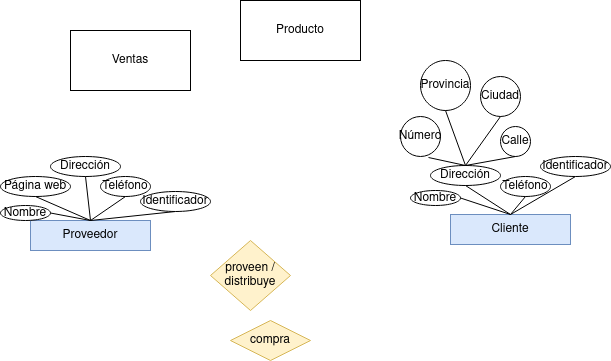
Earlier version of the draw.io export Unidad-1/Tareas/Tarea-1/Diagrama Tarea 2.drawio.png (RafaelMayor/base-datos). Source tidied: cells renumbered, new cells last; positions are measured from the earlier drawing's top-left corner, leaving out a move shared by most shapes. Source of this version:
```xml
<mxGraphModel>
  <root>
    <mxCell id="0" />
    <mxCell id="1" parent="0" />
    <mxCell id="2" value="Proveedor" style="rounded=0;whiteSpace=wrap;html=1;fillColor=#dae8fc;strokeColor=#6c8ebf;" parent="1" vertex="1">
      <mxGeometry x="30" y="220" width="120" height="30" as="geometry" />
    </mxCell>
    <mxCell id="3" style="endArrow=none;html=1;rounded=0;exitX=0.5;exitY=1;exitDx=0;exitDy=0;entryX=0.5;entryY=0;entryDx=0;entryDy=0;" parent="1" edge="1" source="6" target="2">
      <mxGeometry relative="1" as="geometry" />
    </mxCell>
    <mxCell id="4" value="Producto" style="rounded=0;whiteSpace=wrap;html=1;" parent="1" vertex="1">
      <mxGeometry x="240" width="120" height="60" as="geometry" />
    </mxCell>
    <mxCell id="5" value="Ventas" style="rounded=0;whiteSpace=wrap;html=1;" parent="1" vertex="1">
      <mxGeometry x="70" y="30" width="120" height="60" as="geometry" />
    </mxCell>
    <mxCell id="6" value="Identificador" style="ellipse;whiteSpace=wrap;html=1;" parent="1" vertex="1">
      <mxGeometry x="140" y="191" width="70" height="20" as="geometry" />
    </mxCell>
    <mxCell id="7" value="Nombre" style="ellipse;whiteSpace=wrap;html=1;" parent="1" vertex="1">
      <mxGeometry y="205" width="50" height="15" as="geometry" />
    </mxCell>
    <mxCell id="8" value="Dirección" style="ellipse;whiteSpace=wrap;html=1;" parent="1" vertex="1">
      <mxGeometry x="50" y="156" width="70" height="20" as="geometry" />
    </mxCell>
    <mxCell id="9" value="Teléfono" style="ellipse;whiteSpace=wrap;html=1;" parent="1" vertex="1">
      <mxGeometry x="100" y="176" width="50" height="20" as="geometry" />
    </mxCell>
    <mxCell id="10" value="Página web" style="ellipse;whiteSpace=wrap;html=1;" parent="1" vertex="1">
      <mxGeometry y="176" width="70" height="20" as="geometry" />
    </mxCell>
    <mxCell id="11" style="endArrow=none;html=1;rounded=0;entryX=1;entryY=0.5;entryDx=0;entryDy=0;exitX=0.5;exitY=0;exitDx=0;exitDy=0;" parent="1" edge="1" source="2" target="7">
      <mxGeometry relative="1" as="geometry" />
    </mxCell>
    <mxCell id="12" style="endArrow=none;html=1;rounded=0;entryX=0.5;entryY=1;entryDx=0;entryDy=0;exitX=0.5;exitY=0;exitDx=0;exitDy=0;" parent="1" edge="1" source="2" target="10">
      <mxGeometry relative="1" as="geometry" />
    </mxCell>
    <mxCell id="13" style="endArrow=none;html=1;rounded=0;entryX=0.5;entryY=1;entryDx=0;entryDy=0;exitX=0.5;exitY=0;exitDx=0;exitDy=0;" parent="1" edge="1" source="2" target="8">
      <mxGeometry relative="1" as="geometry" />
    </mxCell>
    <mxCell id="14" style="endArrow=none;html=1;rounded=0;exitX=0.5;exitY=0;exitDx=0;exitDy=0;entryX=0.5;entryY=1;entryDx=0;entryDy=0;" parent="1" edge="1" source="2" target="9">
      <mxGeometry relative="1" as="geometry" />
    </mxCell>
    <mxCell id="15" value="Cliente" style="rounded=0;whiteSpace=wrap;html=1;fillColor=#dae8fc;strokeColor=#6c8ebf;" parent="1" vertex="1">
      <mxGeometry x="450" y="214" width="120" height="30" as="geometry" />
    </mxCell>
    <mxCell id="16" style="endArrow=none;html=1;rounded=0;exitX=0.5;exitY=1;exitDx=0;exitDy=0;entryX=0.5;entryY=0;entryDx=0;entryDy=0;" parent="1" edge="1" source="17" target="15">
      <mxGeometry relative="1" as="geometry" />
    </mxCell>
    <mxCell id="17" value="Identificador" style="ellipse;whiteSpace=wrap;html=1;" parent="1" vertex="1">
      <mxGeometry x="540" y="156" width="70" height="20" as="geometry" />
    </mxCell>
    <mxCell id="18" value="Nombre" style="ellipse;whiteSpace=wrap;html=1;" parent="1" vertex="1">
      <mxGeometry x="410" y="190" width="50" height="15" as="geometry" />
    </mxCell>
    <mxCell id="19" value="Dirección" style="ellipse;whiteSpace=wrap;html=1;" parent="1" vertex="1">
      <mxGeometry x="430" y="165" width="70" height="20" as="geometry" />
    </mxCell>
    <mxCell id="20" value="Teléfono" style="ellipse;whiteSpace=wrap;html=1;" parent="1" vertex="1">
      <mxGeometry x="500" y="176" width="50" height="20" as="geometry" />
    </mxCell>
    <mxCell id="21" style="endArrow=none;html=1;rounded=0;entryX=1;entryY=0.5;entryDx=0;entryDy=0;exitX=0.5;exitY=0;exitDx=0;exitDy=0;" parent="1" edge="1" source="15" target="18">
      <mxGeometry relative="1" as="geometry" />
    </mxCell>
    <mxCell id="22" style="endArrow=none;html=1;rounded=0;entryX=0.5;entryY=1;entryDx=0;entryDy=0;exitX=0.5;exitY=0;exitDx=0;exitDy=0;" parent="1" edge="1" source="15" target="19">
      <mxGeometry relative="1" as="geometry" />
    </mxCell>
    <mxCell id="23" style="endArrow=none;html=1;rounded=0;exitX=0.5;exitY=0;exitDx=0;exitDy=0;entryX=0.5;entryY=1;entryDx=0;entryDy=0;" parent="1" edge="1" source="15" target="20">
      <mxGeometry relative="1" as="geometry" />
    </mxCell>
    <mxCell id="24" value="&lt;div&gt;proveen /&lt;/div&gt;&lt;div&gt;distribuye&lt;br&gt;&lt;/div&gt;" style="rhombus;whiteSpace=wrap;html=1;fillColor=#fff2cc;strokeColor=#d6b656;" parent="1" vertex="1">
      <mxGeometry x="210" y="240" width="80" height="70" as="geometry" />
    </mxCell>
    <mxCell id="25" value="compra" style="rhombus;whiteSpace=wrap;html=1;fillColor=#fff2cc;strokeColor=#d6b656;" parent="1" vertex="1">
      <mxGeometry x="230" y="320" width="80" height="40" as="geometry" />
    </mxCell>
    <mxCell id="26" value="Calle" style="ellipse;whiteSpace=wrap;html=1;" parent="1" vertex="1">
      <mxGeometry x="500" y="126" width="30" height="30" as="geometry" />
    </mxCell>
    <mxCell id="27" style="endArrow=none;html=1;rounded=0;entryX=0.5;entryY=0;entryDx=0;entryDy=0;exitX=0.5;exitY=1;exitDx=0;exitDy=0;" parent="1" edge="1" source="26" target="19">
      <mxGeometry relative="1" as="geometry" />
    </mxCell>
    <mxCell id="28" value="Número" style="ellipse;whiteSpace=wrap;html=1;" parent="1" vertex="1">
      <mxGeometry x="400" y="116" width="40" height="40" as="geometry" />
    </mxCell>
    <mxCell id="29" style="endArrow=none;html=1;rounded=0;entryX=0.5;entryY=0;entryDx=0;entryDy=0;exitX=0.7;exitY=1.025;exitDx=0;exitDy=0;exitPerimeter=0;" parent="1" edge="1" source="28" target="19">
      <mxGeometry relative="1" as="geometry" />
    </mxCell>
    <mxCell id="30" value="Provincia" style="ellipse;whiteSpace=wrap;html=1;" parent="1" vertex="1">
      <mxGeometry x="420" y="60" width="50" height="50" as="geometry" />
    </mxCell>
    <mxCell id="31" value="Ciudad" style="ellipse;whiteSpace=wrap;html=1;" parent="1" vertex="1">
      <mxGeometry x="480" y="76" width="40" height="40" as="geometry" />
    </mxCell>
    <mxCell id="32" style="endArrow=none;html=1;rounded=0;entryX=0.5;entryY=0;entryDx=0;entryDy=0;exitX=0.5;exitY=1;exitDx=0;exitDy=0;" parent="1" edge="1" source="31" target="19">
      <mxGeometry relative="1" as="geometry" />
    </mxCell>
    <mxCell id="33" style="endArrow=none;html=1;rounded=0;exitX=0.5;exitY=1;exitDx=0;exitDy=0;entryX=0.5;entryY=0;entryDx=0;entryDy=0;" parent="1" edge="1" source="30" target="19">
      <mxGeometry relative="1" as="geometry" />
    </mxCell>
  </root>
</mxGraphModel>
```
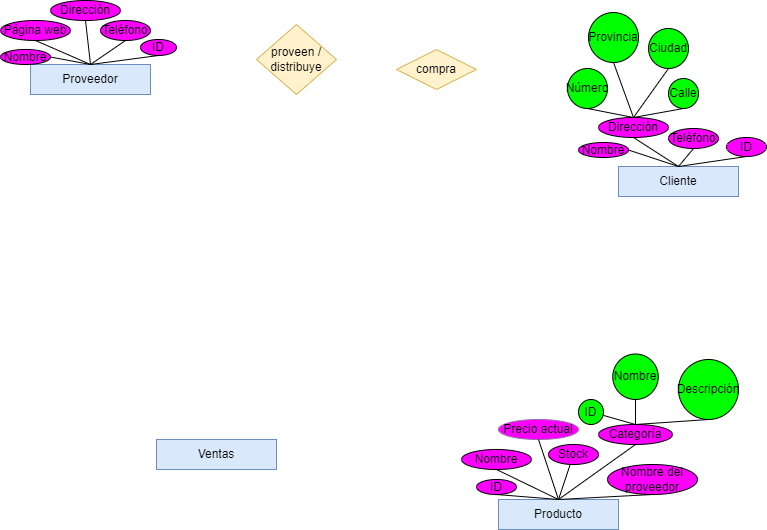
The same file after the commit.

What changed in the source:
```diff
@@ -3,31 +3,31 @@
     <mxCell id="0" />
     <mxCell id="1" parent="0" />
     <mxCell id="2" value="Proveedor" style="rounded=0;whiteSpace=wrap;html=1;fillColor=#dae8fc;strokeColor=#6c8ebf;" parent="1" vertex="1">
-      <mxGeometry x="30" y="220" width="120" height="30" as="geometry" />
+      <mxGeometry x="-106" y="-25" width="120" height="30" as="geometry" />
     </mxCell>
     <mxCell id="3" style="endArrow=none;html=1;rounded=0;exitX=0.5;exitY=1;exitDx=0;exitDy=0;entryX=0.5;entryY=0;entryDx=0;entryDy=0;" parent="1" edge="1" source="6" target="2">
       <mxGeometry relative="1" as="geometry" />
     </mxCell>
-    <mxCell id="4" value="Producto" style="rounded=0;whiteSpace=wrap;html=1;" parent="1" vertex="1">
-      <mxGeometry x="240" width="120" height="60" as="geometry" />
+    <mxCell id="4" value="Producto" style="rounded=0;whiteSpace=wrap;html=1;fillColor=#dae8fc;strokeColor=#6c8ebf;" parent="1" vertex="1">
+      <mxGeometry x="362" y="410" width="120" height="30" as="geometry" />
     </mxCell>
-    <mxCell id="5" value="Ventas" style="rounded=0;whiteSpace=wrap;html=1;" parent="1" vertex="1">
-      <mxGeometry x="70" y="30" width="120" height="60" as="geometry" />
+    <mxCell id="5" value="Ventas" style="rounded=0;whiteSpace=wrap;html=1;fillColor=#dae8fc;strokeColor=#6c8ebf;" parent="1" vertex="1">
+      <mxGeometry x="20" y="350" width="120" height="30" as="geometry" />
     </mxCell>
-    <mxCell id="6" value="Identificador" style="ellipse;whiteSpace=wrap;html=1;" parent="1" vertex="1">
-      <mxGeometry x="140" y="191" width="70" height="20" as="geometry" />
+    <mxCell id="6" value="ID" style="ellipse;whiteSpace=wrap;html=1;fillColor=#FF00FF;" parent="1" vertex="1">
+      <mxGeometry x="4" y="-50" width="36" height="16" as="geometry" />
     </mxCell>
-    <mxCell id="7" value="Nombre" style="ellipse;whiteSpace=wrap;html=1;" parent="1" vertex="1">
-      <mxGeometry y="205" width="50" height="15" as="geometry" />
+    <mxCell id="7" value="Nombre" style="ellipse;whiteSpace=wrap;html=1;fillColor=#FF00FF;" parent="1" vertex="1">
+      <mxGeometry x="-136" y="-40" width="50" height="15" as="geometry" />
     </mxCell>
-    <mxCell id="8" value="Dirección" style="ellipse;whiteSpace=wrap;html=1;" parent="1" vertex="1">
-      <mxGeometry x="50" y="156" width="70" height="20" as="geometry" />
+    <mxCell id="8" value="Dirección" style="ellipse;whiteSpace=wrap;html=1;fillColor=#FF00FF;" parent="1" vertex="1">
+      <mxGeometry x="-86" y="-89" width="70" height="20" as="geometry" />
     </mxCell>
-    <mxCell id="9" value="Teléfono" style="ellipse;whiteSpace=wrap;html=1;" parent="1" vertex="1">
-      <mxGeometry x="100" y="176" width="50" height="20" as="geometry" />
+    <mxCell id="9" value="Teléfono" style="ellipse;whiteSpace=wrap;html=1;fillColor=#FF00FF;" parent="1" vertex="1">
+      <mxGeometry x="-36" y="-69" width="50" height="20" as="geometry" />
     </mxCell>
-    <mxCell id="10" value="Página web" style="ellipse;whiteSpace=wrap;html=1;" parent="1" vertex="1">
-      <mxGeometry y="176" width="70" height="20" as="geometry" />
+    <mxCell id="10" value="Página web" style="ellipse;whiteSpace=wrap;html=1;fillColor=#FF00FF;" parent="1" vertex="1">
+      <mxGeometry x="-136" y="-69" width="70" height="20" as="geometry" />
     </mxCell>
     <mxCell id="11" style="endArrow=none;html=1;rounded=0;entryX=1;entryY=0.5;entryDx=0;entryDy=0;exitX=0.5;exitY=0;exitDx=0;exitDy=0;" parent="1" edge="1" source="2" target="7">
       <mxGeometry relative="1" as="geometry" />
@@ -42,22 +42,22 @@
       <mxGeometry relative="1" as="geometry" />
     </mxCell>
     <mxCell id="15" value="Cliente" style="rounded=0;whiteSpace=wrap;html=1;fillColor=#dae8fc;strokeColor=#6c8ebf;" parent="1" vertex="1">
-      <mxGeometry x="450" y="214" width="120" height="30" as="geometry" />
+      <mxGeometry x="482" y="77" width="120" height="30" as="geometry" />
     </mxCell>
     <mxCell id="16" style="endArrow=none;html=1;rounded=0;exitX=0.5;exitY=1;exitDx=0;exitDy=0;entryX=0.5;entryY=0;entryDx=0;entryDy=0;" parent="1" edge="1" source="17" target="15">
       <mxGeometry relative="1" as="geometry" />
     </mxCell>
-    <mxCell id="17" value="Identificador" style="ellipse;whiteSpace=wrap;html=1;" parent="1" vertex="1">
-      <mxGeometry x="540" y="156" width="70" height="20" as="geometry" />
+    <mxCell id="17" value="ID" style="ellipse;whiteSpace=wrap;html=1;fillColor=#FF00FF;" parent="1" vertex="1">
+      <mxGeometry x="590" y="48" width="40" height="19" as="geometry" />
     </mxCell>
-    <mxCell id="18" value="Nombre" style="ellipse;whiteSpace=wrap;html=1;" parent="1" vertex="1">
-      <mxGeometry x="410" y="190" width="50" height="15" as="geometry" />
+    <mxCell id="18" value="Nombre" style="ellipse;whiteSpace=wrap;html=1;fillColor=#FF00FF;" parent="1" vertex="1">
+      <mxGeometry x="442" y="53" width="50" height="15" as="geometry" />
     </mxCell>
-    <mxCell id="19" value="Dirección" style="ellipse;whiteSpace=wrap;html=1;" parent="1" vertex="1">
-      <mxGeometry x="430" y="165" width="70" height="20" as="geometry" />
+    <mxCell id="19" value="Dirección" style="ellipse;whiteSpace=wrap;html=1;fillColor=#FF00FF;" parent="1" vertex="1">
+      <mxGeometry x="462" y="28" width="70" height="20" as="geometry" />
     </mxCell>
-    <mxCell id="20" value="Teléfono" style="ellipse;whiteSpace=wrap;html=1;" parent="1" vertex="1">
-      <mxGeometry x="500" y="176" width="50" height="20" as="geometry" />
+    <mxCell id="20" value="Teléfono" style="ellipse;whiteSpace=wrap;html=1;fillColor=#FF00FF;" parent="1" vertex="1">
+      <mxGeometry x="532" y="39" width="50" height="20" as="geometry" />
     </mxCell>
     <mxCell id="21" style="endArrow=none;html=1;rounded=0;entryX=1;entryY=0.5;entryDx=0;entryDy=0;exitX=0.5;exitY=0;exitDx=0;exitDy=0;" parent="1" edge="1" source="15" target="18">
       <mxGeometry relative="1" as="geometry" />
@@ -69,28 +69,28 @@
       <mxGeometry relative="1" as="geometry" />
     </mxCell>
     <mxCell id="24" value="&lt;div&gt;proveen /&lt;/div&gt;&lt;div&gt;distribuye&lt;br&gt;&lt;/div&gt;" style="rhombus;whiteSpace=wrap;html=1;fillColor=#fff2cc;strokeColor=#d6b656;" parent="1" vertex="1">
-      <mxGeometry x="210" y="240" width="80" height="70" as="geometry" />
+      <mxGeometry x="120" y="-65" width="80" height="70" as="geometry" />
     </mxCell>
     <mxCell id="25" value="compra" style="rhombus;whiteSpace=wrap;html=1;fillColor=#fff2cc;strokeColor=#d6b656;" parent="1" vertex="1">
-      <mxGeometry x="230" y="320" width="80" height="40" as="geometry" />
+      <mxGeometry x="260" y="-40" width="80" height="40" as="geometry" />
     </mxCell>
-    <mxCell id="26" value="Calle" style="ellipse;whiteSpace=wrap;html=1;" parent="1" vertex="1">
-      <mxGeometry x="500" y="126" width="30" height="30" as="geometry" />
+    <mxCell id="26" value="Calle" style="ellipse;whiteSpace=wrap;html=1;fillColor=#00FF00;" parent="1" vertex="1">
+      <mxGeometry x="532" y="-11" width="30" height="30" as="geometry" />
     </mxCell>
     <mxCell id="27" style="endArrow=none;html=1;rounded=0;entryX=0.5;entryY=0;entryDx=0;entryDy=0;exitX=0.5;exitY=1;exitDx=0;exitDy=0;" parent="1" edge="1" source="26" target="19">
       <mxGeometry relative="1" as="geometry" />
     </mxCell>
-    <mxCell id="28" value="Número" style="ellipse;whiteSpace=wrap;html=1;" parent="1" vertex="1">
-      <mxGeometry x="400" y="116" width="40" height="40" as="geometry" />
+    <mxCell id="28" value="Número" style="ellipse;whiteSpace=wrap;html=1;fillColor=#00FF00;" parent="1" vertex="1">
+      <mxGeometry x="431" y="-21" width="40" height="40" as="geometry" />
     </mxCell>
-    <mxCell id="29" style="endArrow=none;html=1;rounded=0;entryX=0.5;entryY=0;entryDx=0;entryDy=0;exitX=0.7;exitY=1.025;exitDx=0;exitDy=0;exitPerimeter=0;" parent="1" edge="1" source="28" target="19">
+    <mxCell id="29" style="endArrow=none;html=1;rounded=0;entryX=0.5;entryY=0;entryDx=0;entryDy=0;exitX=0.5;exitY=1;exitDx=0;exitDy=0;" parent="1" edge="1" source="28" target="19">
       <mxGeometry relative="1" as="geometry" />
     </mxCell>
-    <mxCell id="30" value="Provincia" style="ellipse;whiteSpace=wrap;html=1;" parent="1" vertex="1">
-      <mxGeometry x="420" y="60" width="50" height="50" as="geometry" />
+    <mxCell id="30" value="Provincia" style="ellipse;whiteSpace=wrap;html=1;fillColor=#00FF00;" parent="1" vertex="1">
+      <mxGeometry x="452" y="-77" width="50" height="50" as="geometry" />
     </mxCell>
-    <mxCell id="31" value="Ciudad" style="ellipse;whiteSpace=wrap;html=1;" parent="1" vertex="1">
-      <mxGeometry x="480" y="76" width="40" height="40" as="geometry" />
+    <mxCell id="31" value="Ciudad" style="ellipse;whiteSpace=wrap;html=1;fillColor=#00FF00;" parent="1" vertex="1">
+      <mxGeometry x="512" y="-61" width="40" height="40" as="geometry" />
     </mxCell>
     <mxCell id="32" style="endArrow=none;html=1;rounded=0;entryX=0.5;entryY=0;entryDx=0;entryDy=0;exitX=0.5;exitY=1;exitDx=0;exitDy=0;" parent="1" edge="1" source="31" target="19">
       <mxGeometry relative="1" as="geometry" />
@@ -98,5 +98,59 @@
     <mxCell id="33" style="endArrow=none;html=1;rounded=0;exitX=0.5;exitY=1;exitDx=0;exitDy=0;entryX=0.5;entryY=0;entryDx=0;entryDy=0;" parent="1" edge="1" source="30" target="19">
       <mxGeometry relative="1" as="geometry" />
     </mxCell>
+    <mxCell id="34" style="endArrow=none;html=1;rounded=0;exitX=0.5;exitY=0;exitDx=0;exitDy=0;entryX=0.5;entryY=1;entryDx=0;entryDy=0;" parent="1" edge="1" source="4" target="35">
+      <mxGeometry relative="1" as="geometry" />
+    </mxCell>
+    <mxCell id="35" value="ID" style="ellipse;whiteSpace=wrap;html=1;fillColor=#FF00FF;" parent="1" vertex="1">
+      <mxGeometry x="340" y="390" width="40" height="15" as="geometry" />
+    </mxCell>
+    <mxCell id="36" style="endArrow=none;html=1;rounded=0;exitX=0.5;exitY=0;exitDx=0;exitDy=0;entryX=0.5;entryY=1;entryDx=0;entryDy=0;" parent="1" edge="1" source="4" target="37">
+      <mxGeometry relative="1" as="geometry" />
+    </mxCell>
+    <mxCell id="37" value="Nombre" style="ellipse;whiteSpace=wrap;html=1;fillColor=#FF00FF;" parent="1" vertex="1">
+      <mxGeometry x="325" y="360" width="70" height="20" as="geometry" />
+    </mxCell>
+    <mxCell id="38" value="Precio actual" style="ellipse;whiteSpace=wrap;html=1;fillColor=#FF00FF;strokeColor=#9673a6;" parent="1" vertex="1">
+      <mxGeometry x="362" y="330" width="80" height="20" as="geometry" />
+    </mxCell>
+    <mxCell id="39" style="endArrow=none;html=1;rounded=0;exitX=0.5;exitY=0;exitDx=0;exitDy=0;entryX=0.5;entryY=1;entryDx=0;entryDy=0;" parent="1" edge="1" source="4" target="38">
+      <mxGeometry relative="1" as="geometry" />
+    </mxCell>
+    <mxCell id="40" style="endArrow=none;html=1;rounded=0;exitX=0.5;exitY=0;exitDx=0;exitDy=0;" parent="1" edge="1" source="4" target="41">
+      <mxGeometry relative="1" as="geometry" />
+    </mxCell>
+    <mxCell id="41" value="Stock" style="ellipse;whiteSpace=wrap;html=1;fillColor=#FF00FF;" parent="1" vertex="1">
+      <mxGeometry x="412" y="355" width="50" height="20" as="geometry" />
+    </mxCell>
+    <mxCell id="42" value="Nombre del proveedor" style="ellipse;whiteSpace=wrap;html=1;fillColor=#FF00FF;" parent="1" vertex="1">
+      <mxGeometry x="471" y="375" width="90" height="30" as="geometry" />
+    </mxCell>
+    <mxCell id="43" style="endArrow=none;html=1;rounded=0;exitX=0.5;exitY=0;exitDx=0;exitDy=0;entryX=0.5;entryY=1;entryDx=0;entryDy=0;" parent="1" edge="1" source="4" target="42">
+      <mxGeometry relative="1" as="geometry" />
+    </mxCell>
+    <mxCell id="44" style="endArrow=none;html=1;rounded=0;exitX=0.5;exitY=0;exitDx=0;exitDy=0;entryX=0.5;entryY=1;entryDx=0;entryDy=0;" parent="1" edge="1" source="4" target="45">
+      <mxGeometry relative="1" as="geometry" />
+    </mxCell>
+    <mxCell id="45" value="Categoría" style="ellipse;whiteSpace=wrap;html=1;fillColor=#FF00FF;" parent="1" vertex="1">
+      <mxGeometry x="462" y="335" width="74" height="20" as="geometry" />
+    </mxCell>
+    <mxCell id="46" style="endArrow=none;html=1;rounded=0;exitX=0.5;exitY=0;exitDx=0;exitDy=0;" parent="1" edge="1" source="45" target="47">
+      <mxGeometry relative="1" as="geometry" />
+    </mxCell>
+    <mxCell id="47" value="ID" style="ellipse;whiteSpace=wrap;html=1;fillColor=#00FF00;" parent="1" vertex="1">
+      <mxGeometry x="442" y="310" width="25" height="25" as="geometry" />
+    </mxCell>
+    <mxCell id="48" value="Nombre" style="ellipse;whiteSpace=wrap;html=1;fillColor=#00FF00;" parent="1" vertex="1">
+      <mxGeometry x="476.2" y="264.5" width="45.5" height="45.5" as="geometry" />
+    </mxCell>
+    <mxCell id="49" style="endArrow=none;html=1;rounded=0;exitX=0.5;exitY=0;exitDx=0;exitDy=0;entryX=0.5;entryY=1;entryDx=0;entryDy=0;" parent="1" edge="1" source="45" target="48">
+      <mxGeometry relative="1" as="geometry" />
+    </mxCell>
+    <mxCell id="50" value="Descripción" style="ellipse;whiteSpace=wrap;html=1;fillColor=#00FF00;" parent="1" vertex="1">
+      <mxGeometry x="542" y="270" width="60" height="60" as="geometry" />
+    </mxCell>
+    <mxCell id="51" style="endArrow=none;html=1;rounded=0;exitX=0.5;exitY=0;exitDx=0;exitDy=0;entryX=0.5;entryY=1;entryDx=0;entryDy=0;" parent="1" edge="1" source="45" target="50">
+      <mxGeometry relative="1" as="geometry" />
+    </mxCell>
   </root>
 </mxGraphModel>
```
